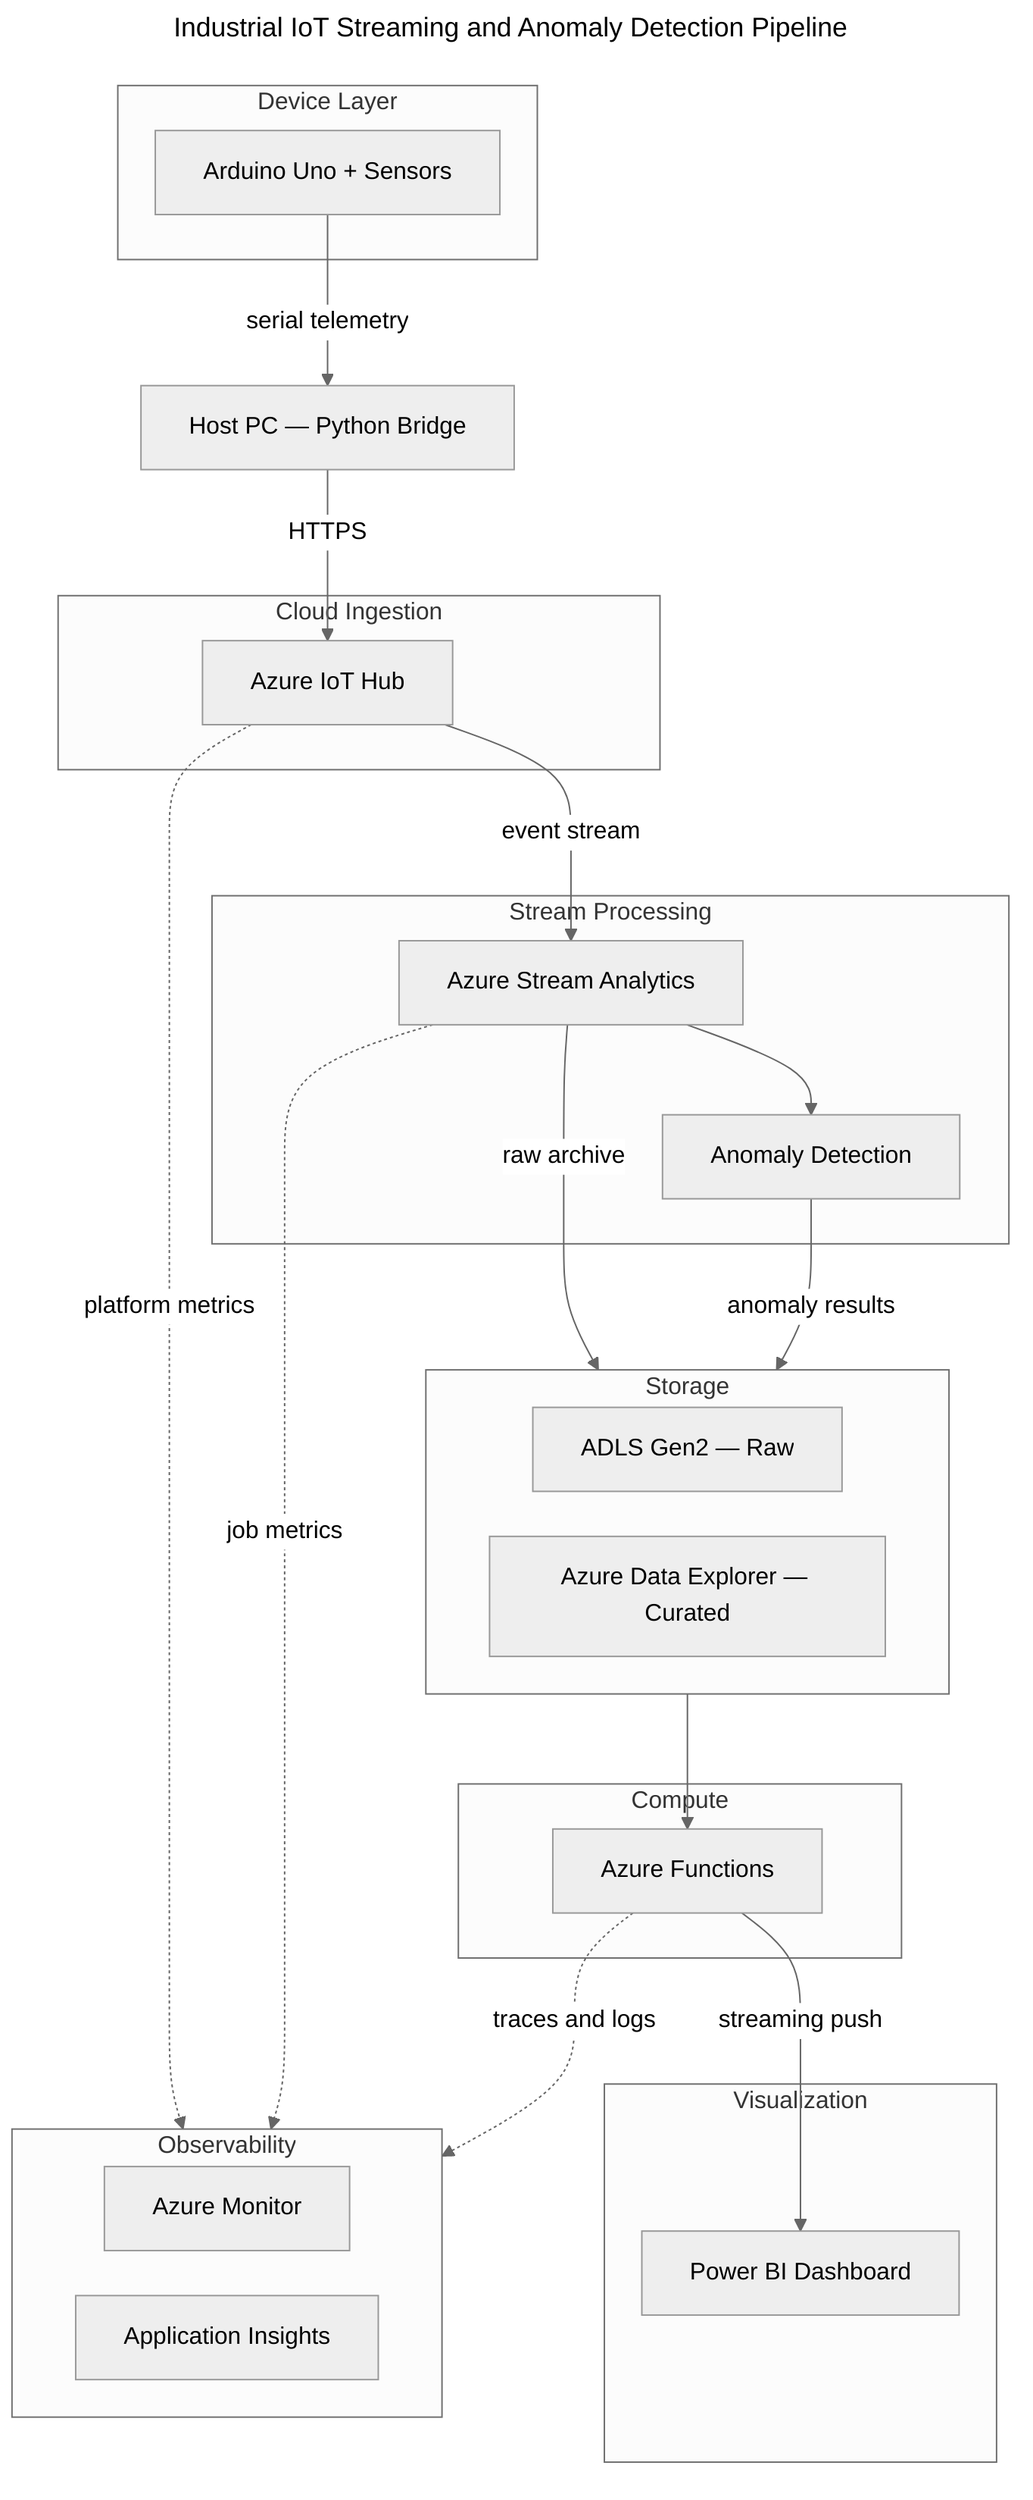
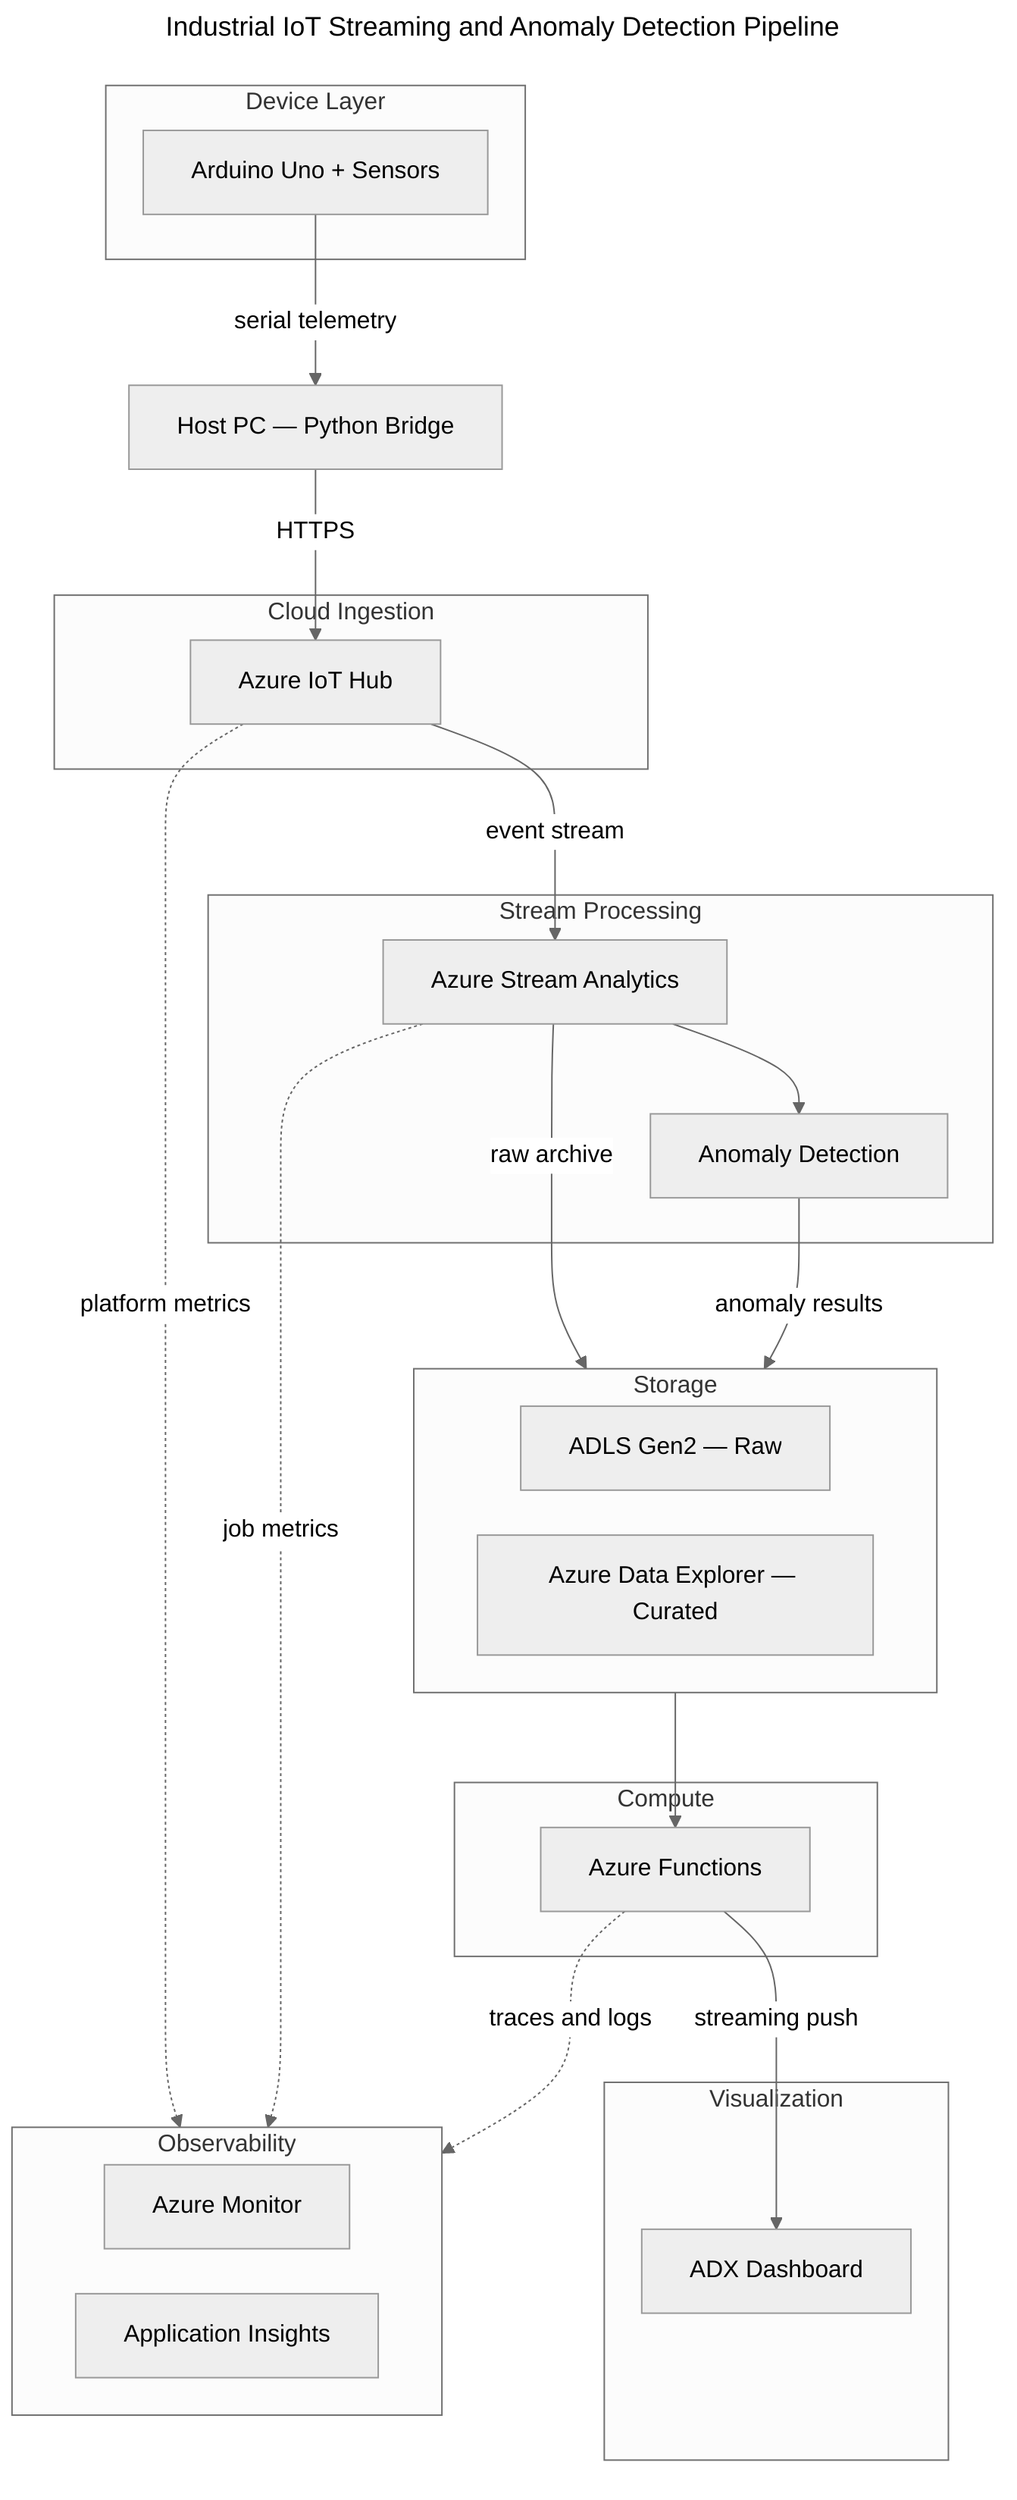
---
title: Industrial IoT Streaming and Anomaly Detection Pipeline
config:
  theme: neutral
  look: classic
  flowchart:
    nodeSpacing: 30
    rankSpacing: 60
    padding: 16
---
flowchart TD
  accTitle: End-to-end IoT pipeline architecture
-   accDescr: Data flows from Arduino sensors through Azure IoT Hub, Stream Analytics, dual storage layers, Azure Functions, and into Power BI dashboards. Observability spans the full pipeline via Azure Monitor, Application Insights, and OpenTelemetry.
+   accDescr: Data flows from Arduino sensors through Azure IoT Hub, Stream Analytics, dual storage layers, Azure Functions, and into ADX dashboards. Observability spans the full pipeline via Azure Monitor, Application Insights, and OpenTelemetry.

  subgraph Device [Device Layer]
    A[Arduino Uno + Sensors]
  end

  subgraph Ingestion [Cloud Ingestion]
    B[Azure IoT Hub]
  end

  subgraph Processing [Stream Processing]
    C[Azure Stream Analytics]
    C2[Anomaly Detection]
  end

  subgraph Storage [Storage]
    direction LR
    D1[ADLS Gen2 — Raw]
    D2[Azure Data Explorer — Curated]
  end

  subgraph Compute [Compute]
    E[Azure Functions]
  end

  subgraph Viz [Visualization]
-     F[Power BI Dashboard]
+     F[ADX Dashboard]
  end

  subgraph Observability [Observability]
    direction LR
    G1[Azure Monitor]
    G2[Application Insights]
  end

  A -- serial telemetry --> PC[Host PC — Python Bridge]
  PC -- HTTPS --> B
  B -- event stream --> C
  C --> C2
  C -- raw archive --> D1
  C2 -- anomaly results --> D2
  D2 --> E
  E -- streaming push --> F

  B -. platform metrics .-> G1
  C -. job metrics .-> G1
  E -. traces and logs .-> G2
